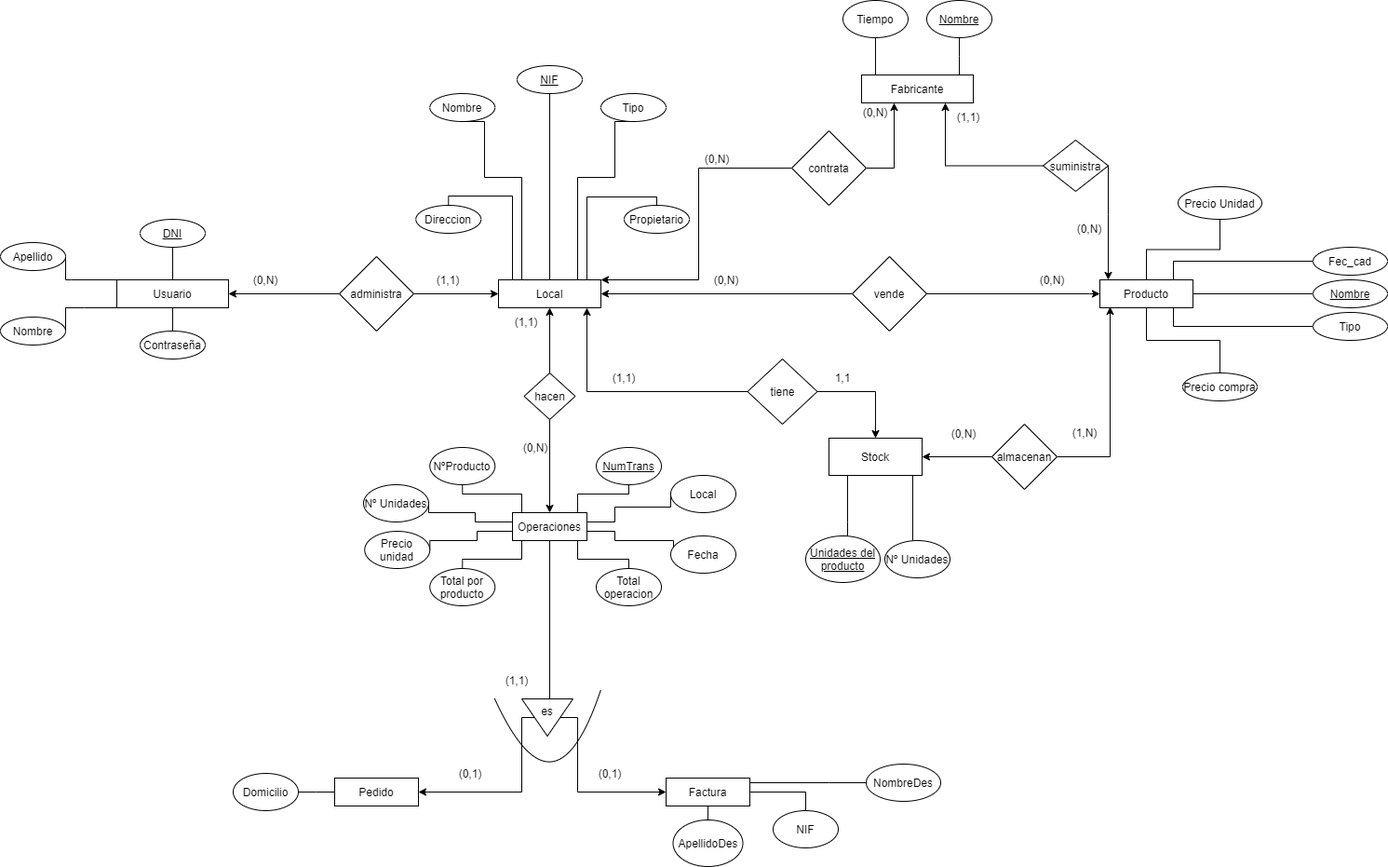
Earlier version of the draw.io export Entidad-Relacion 0.1.png (oier-elorrieta/R3-JOEL-MIKEL-UNAI-DDBB). Source tidied: cells renumbered, new cells last; positions are measured from the earlier drawing's top-left corner, leaving out a move shared by most shapes.
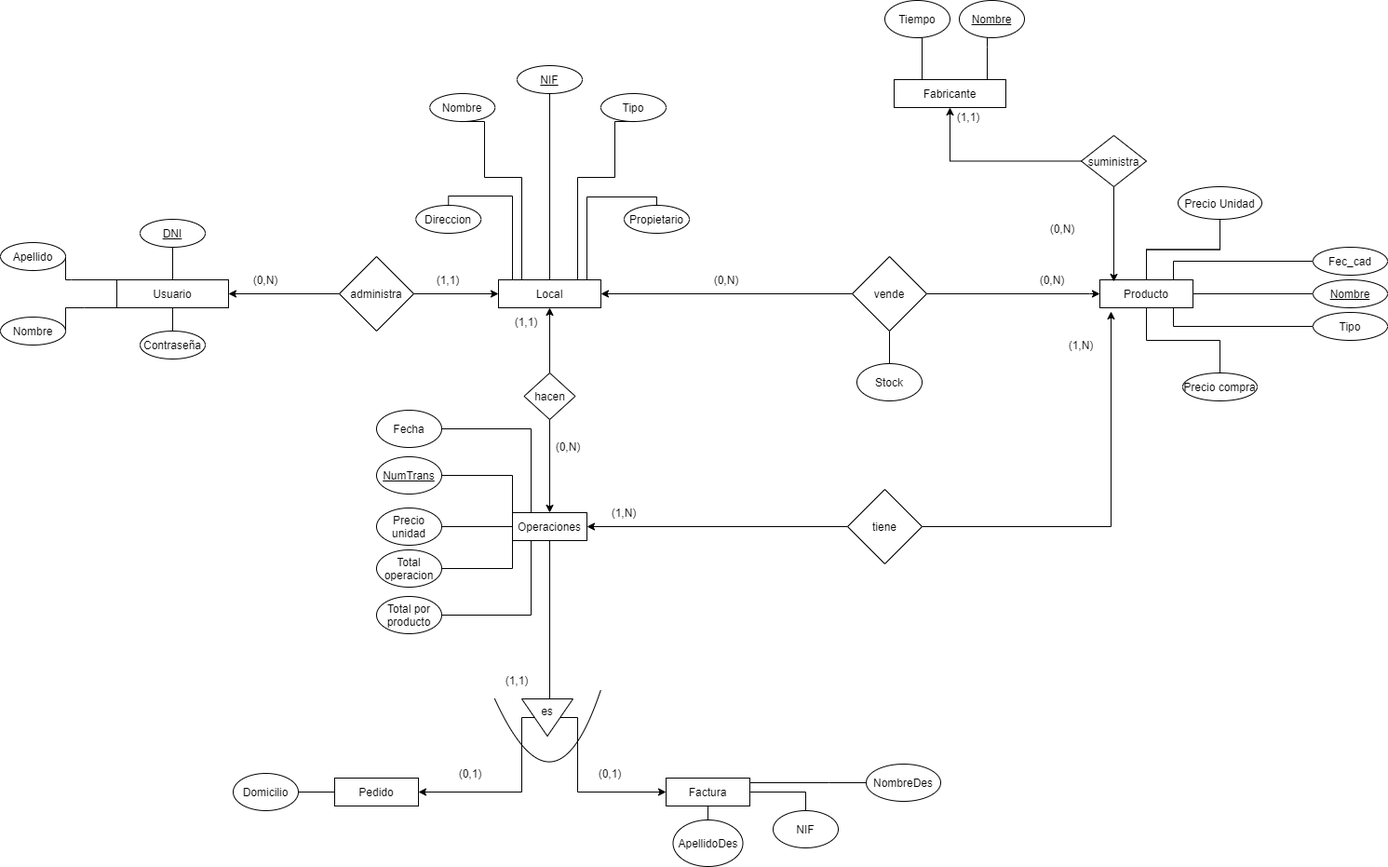
Above is the later version.

Change to the diagram source:
```diff
@@ -74,9 +74,2 @@
     </mxCell>
-    <mxCell id="18" style="edgeStyle=orthogonalEdgeStyle;rounded=0;jettySize=auto;html=1;startArrow=classic;startFill=1;endArrow=none;endFill=0;" parent="1" edge="1" source="19" target="99">
-      <mxGeometry relative="1" as="geometry">
-        <Array as="points">
-          <mxPoint x="630" y="420" />
-        </Array>
-      </mxGeometry>
-    </mxCell>
     <mxCell id="19" value="Local" style="rounded=0;whiteSpace=wrap;html=1;" parent="1" vertex="1">
@@ -144,10 +137,2 @@
     </mxCell>
-    <mxCell id="33" style="edgeStyle=orthogonalEdgeStyle;rounded=0;jettySize=auto;html=1;startArrow=classic;startFill=1;endArrow=none;endFill=0;" parent="1" edge="1" source="34" target="97">
-      <mxGeometry relative="1" as="geometry">
-        <Array as="points">
-          <mxPoint x="1190" y="230" />
-          <mxPoint x="1190" y="230" />
-        </Array>
-      </mxGeometry>
-    </mxCell>
     <mxCell id="34" value="Producto" style="rounded=0;whiteSpace=wrap;html=1;glass=0;shadow=0;sketch=0;" parent="1" vertex="1">
@@ -166,2 +151,5 @@
     </mxCell>
+    <mxCell id="115" style="edgeStyle=orthogonalEdgeStyle;rounded=0;jettySize=auto;html=1;exitX=0.5;exitY=1;exitDx=0;exitDy=0;endArrow=none;endFill=0;" parent="1" edge="1" source="37" target="102">
+      <mxGeometry relative="1" as="geometry" />
+    </mxCell>
     <mxCell id="37" value="vende" style="rhombus;whiteSpace=wrap;html=1;rounded=0;shadow=0;glass=0;sketch=0;" parent="1" vertex="1">
@@ -187,2 +175,5 @@
     </mxCell>
+    <mxCell id="116" style="edgeStyle=orthogonalEdgeStyle;rounded=0;jettySize=auto;html=1;endArrow=none;endFill=0;" parent="1" edge="1" source="44" target="34">
+      <mxGeometry relative="1" as="geometry" />
+    </mxCell>
     <mxCell id="44" value="Precio Unidad" style="ellipse;whiteSpace=wrap;html=1;rounded=0;shadow=0;glass=0;sketch=0;" parent="1" vertex="1">
@@ -191,6 +182,6 @@
     <mxCell id="45" value="Tiempo" style="ellipse;whiteSpace=wrap;html=1;" parent="1" vertex="1">
-      <mxGeometry x="905" width="70" height="40" as="geometry" />
+      <mxGeometry x="950" width="70" height="40" as="geometry" />
     </mxCell>
     <mxCell id="46" value="&lt;u&gt;Nombre&lt;/u&gt;" style="ellipse;whiteSpace=wrap;html=1;" parent="1" vertex="1">
-      <mxGeometry x="995" width="70" height="40" as="geometry" />
+      <mxGeometry x="1030" width="70" height="40" as="geometry" />
     </mxCell>
@@ -204,3 +195,3 @@
         <Array as="points">
-          <mxPoint x="940" y="40" />
+          <mxPoint x="990" y="40" />
         </Array>
@@ -211,4 +202,4 @@
         <Array as="points">
-          <mxPoint x="1030" y="60" />
-          <mxPoint x="1030" y="60" />
+          <mxPoint x="1060" y="50" />
+          <mxPoint x="1060" y="50" />
         </Array>
@@ -217,25 +208,4 @@
     <mxCell id="50" value="Fabricante" style="rounded=0;whiteSpace=wrap;html=1;" parent="1" vertex="1">
-      <mxGeometry x="925" y="80" width="120" height="30" as="geometry" />
+      <mxGeometry x="960" y="85" width="120" height="30" as="geometry" />
     </mxCell>
-    <mxCell id="51" style="edgeStyle=orthogonalEdgeStyle;rounded=0;jettySize=auto;html=1;entryX=1;entryY=0;entryDx=0;entryDy=0;startArrow=none;startFill=0;endArrow=classic;endFill=1;" parent="1" edge="1" source="53" target="19">
-      <mxGeometry relative="1" as="geometry">
-        <Array as="points">
-          <mxPoint x="750" y="180" />
-          <mxPoint x="750" y="300" />
-        </Array>
-      </mxGeometry>
-    </mxCell>
-    <mxCell id="52" style="edgeStyle=orthogonalEdgeStyle;rounded=0;jettySize=auto;html=1;startArrow=none;startFill=0;endArrow=classic;endFill=1;" parent="1" edge="1" source="53" target="50">
-      <mxGeometry relative="1" as="geometry">
-        <Array as="points">
-          <mxPoint x="960" y="180" />
-        </Array>
-      </mxGeometry>
-    </mxCell>
-    <mxCell id="53" value="contrata" style="rhombus;whiteSpace=wrap;html=1;rounded=0;shadow=0;glass=0;sketch=0;" parent="1" vertex="1">
-      <mxGeometry x="850" y="140" width="80" height="80" as="geometry" />
-    </mxCell>
-    <mxCell id="54" value="(0,N)" style="text;html=1;strokeColor=none;fillColor=none;align=center;verticalAlign=middle;whiteSpace=wrap;rounded=0;shadow=0;glass=0;sketch=0;" parent="1" vertex="1">
-      <mxGeometry x="920" y="110" width="40" height="20" as="geometry" />
-    </mxCell>
     <mxCell id="55" value="(1,1)" style="text;html=1;strokeColor=none;fillColor=none;align=center;verticalAlign=middle;whiteSpace=wrap;rounded=0;shadow=0;glass=0;sketch=0;" parent="1" vertex="1">
@@ -243,5 +213,2 @@
     </mxCell>
-    <mxCell id="56" value="(0,N)" style="text;html=1;strokeColor=none;fillColor=none;align=center;verticalAlign=middle;whiteSpace=wrap;rounded=0;shadow=0;glass=0;sketch=0;" parent="1" vertex="1">
-      <mxGeometry x="750" y="160" width="40" height="20" as="geometry" />
-    </mxCell>
     <mxCell id="57" value="Tipo" style="ellipse;whiteSpace=wrap;html=1;" parent="1" vertex="1">
@@ -249,62 +216,2 @@
     </mxCell>
-    <mxCell id="58" style="edgeStyle=orthogonalEdgeStyle;rounded=0;jettySize=auto;html=1;startArrow=none;startFill=0;endArrow=none;endFill=0;" parent="1" edge="1" source="65" target="70">
-      <mxGeometry relative="1" as="geometry">
-        <Array as="points">
-          <mxPoint x="620" y="600" />
-          <mxPoint x="675" y="600" />
-        </Array>
-      </mxGeometry>
-    </mxCell>
-    <mxCell id="59" style="edgeStyle=orthogonalEdgeStyle;rounded=0;jettySize=auto;html=1;entryX=0;entryY=0.5;entryDx=0;entryDy=0;startArrow=none;startFill=0;endArrow=none;endFill=0;" parent="1" edge="1" source="65" target="94">
-      <mxGeometry relative="1" as="geometry">
-        <Array as="points">
-          <mxPoint x="660" y="570" />
-          <mxPoint x="660" y="580" />
-          <mxPoint x="723" y="580" />
-        </Array>
-      </mxGeometry>
-    </mxCell>
-    <mxCell id="60" style="edgeStyle=orthogonalEdgeStyle;rounded=0;jettySize=auto;html=1;entryX=0;entryY=0.5;entryDx=0;entryDy=0;startArrow=none;startFill=0;endArrow=none;endFill=0;" parent="1" edge="1" source="65" target="93">
-      <mxGeometry relative="1" as="geometry">
-        <Array as="points">
-          <mxPoint x="660" y="560" />
-          <mxPoint x="660" y="544" />
-          <mxPoint x="720" y="544" />
-        </Array>
-      </mxGeometry>
-    </mxCell>
-    <mxCell id="61" style="edgeStyle=orthogonalEdgeStyle;rounded=0;jettySize=auto;html=1;startArrow=none;startFill=0;endArrow=none;endFill=0;" parent="1" edge="1" source="65" target="92">
-      <mxGeometry relative="1" as="geometry">
-        <Array as="points">
-          <mxPoint x="620" y="530" />
-          <mxPoint x="675" y="530" />
-        </Array>
-      </mxGeometry>
-    </mxCell>
-    <mxCell id="62" style="edgeStyle=orthogonalEdgeStyle;rounded=0;jettySize=auto;html=1;entryX=1;entryY=0.5;entryDx=0;entryDy=0;startArrow=none;startFill=0;endArrow=none;endFill=0;" parent="1" edge="1" source="65" target="69">
-      <mxGeometry relative="1" as="geometry">
-        <Array as="points">
-          <mxPoint x="510" y="560" />
-          <mxPoint x="510" y="550" />
-          <mxPoint x="460" y="550" />
-        </Array>
-      </mxGeometry>
-    </mxCell>
-    <mxCell id="63" style="edgeStyle=orthogonalEdgeStyle;rounded=0;jettySize=auto;html=1;entryX=1;entryY=0.5;entryDx=0;entryDy=0;startArrow=none;startFill=0;endArrow=none;endFill=0;" parent="1" edge="1" source="65" target="72">
-      <mxGeometry relative="1" as="geometry">
-        <Array as="points">
-          <mxPoint x="512" y="570" />
-          <mxPoint x="512" y="580" />
-          <mxPoint x="461" y="580" />
-        </Array>
-      </mxGeometry>
-    </mxCell>
-    <mxCell id="64" style="edgeStyle=orthogonalEdgeStyle;rounded=0;jettySize=auto;html=1;startArrow=none;startFill=0;endArrow=none;endFill=0;exitX=0.25;exitY=1;exitDx=0;exitDy=0;" parent="1" edge="1" source="65" target="71">
-      <mxGeometry relative="1" as="geometry">
-        <Array as="points">
-          <mxPoint x="560" y="580" />
-          <mxPoint x="560" y="600" />
-        </Array>
-      </mxGeometry>
-    </mxCell>
     <mxCell id="65" value="Operaciones" style="rounded=0;whiteSpace=wrap;html=1;" parent="1" vertex="1">
@@ -321,13 +228,19 @@
     </mxCell>
-    <mxCell id="69" value="Nº Unidades" style="ellipse;whiteSpace=wrap;html=1;" parent="1" vertex="1">
-      <mxGeometry x="390" y="520" width="70" height="40" as="geometry" />
-    </mxCell>
+    <mxCell id="117" style="edgeStyle=orthogonalEdgeStyle;rounded=0;jettySize=auto;html=1;exitX=1;exitY=0.5;exitDx=0;exitDy=0;entryX=0;entryY=1;entryDx=0;entryDy=0;startArrow=none;startFill=0;endArrow=none;endFill=0;" parent="1" edge="1" source="70" target="65">
+      <mxGeometry relative="1" as="geometry" />
+    </mxCell>
     <mxCell id="70" value="Total operacion" style="ellipse;whiteSpace=wrap;html=1;" parent="1" vertex="1">
-      <mxGeometry x="640" y="610" width="70" height="40" as="geometry" />
+      <mxGeometry x="404" y="590" width="70" height="40" as="geometry" />
     </mxCell>
+    <mxCell id="118" style="edgeStyle=orthogonalEdgeStyle;rounded=0;jettySize=auto;html=1;exitX=1;exitY=0.5;exitDx=0;exitDy=0;startArrow=none;startFill=0;endArrow=none;endFill=0;entryX=0.25;entryY=1;entryDx=0;entryDy=0;" parent="1" edge="1" source="71" target="65">
+      <mxGeometry relative="1" as="geometry" />
+    </mxCell>
     <mxCell id="71" value="Total por producto" style="ellipse;whiteSpace=wrap;html=1;" parent="1" vertex="1">
-      <mxGeometry x="461.2" y="610" width="70" height="40" as="geometry" />
+      <mxGeometry x="404" y="640" width="70" height="40" as="geometry" />
     </mxCell>
+    <mxCell id="119" style="edgeStyle=orthogonalEdgeStyle;rounded=0;jettySize=auto;html=1;exitX=1;exitY=0.5;exitDx=0;exitDy=0;entryX=0;entryY=0.5;entryDx=0;entryDy=0;startArrow=none;startFill=0;endArrow=none;endFill=0;" parent="1" edge="1" source="72" target="65">
+      <mxGeometry relative="1" as="geometry" />
+    </mxCell>
     <mxCell id="72" value="Precio unidad" style="ellipse;whiteSpace=wrap;html=1;" parent="1" vertex="1">
-      <mxGeometry x="391.2" y="570" width="70" height="40" as="geometry" />
+      <mxGeometry x="404" y="545" width="70" height="40" as="geometry" />
     </mxCell>
@@ -399,3 +312,3 @@
     <mxCell id="88" value="(0,N)" style="text;html=1;strokeColor=none;fillColor=none;align=center;verticalAlign=middle;whiteSpace=wrap;rounded=0;" parent="1" vertex="1">
-      <mxGeometry x="555" y="470" width="40" height="20" as="geometry" />
+      <mxGeometry x="590" y="469" width="40" height="20" as="geometry" />
     </mxCell>
@@ -410,10 +323,13 @@
     </mxCell>
+    <mxCell id="120" style="edgeStyle=orthogonalEdgeStyle;rounded=0;jettySize=auto;html=1;exitX=0;exitY=0.5;exitDx=0;exitDy=0;entryX=0;entryY=0;entryDx=0;entryDy=0;startArrow=none;startFill=0;endArrow=none;endFill=0;" parent="1" edge="1" source="92" target="65">
+      <mxGeometry relative="1" as="geometry" />
+    </mxCell>
     <mxCell id="92" value="&lt;u&gt;NumTrans&lt;/u&gt;" style="ellipse;whiteSpace=wrap;html=1;direction=west;" parent="1" vertex="1">
-      <mxGeometry x="640" y="480" width="70" height="40" as="geometry" />
+      <mxGeometry x="404" y="490" width="70" height="40" as="geometry" />
     </mxCell>
-    <mxCell id="93" value="Local" style="ellipse;whiteSpace=wrap;html=1;" parent="1" vertex="1">
-      <mxGeometry x="720" y="510" width="70" height="40" as="geometry" />
-    </mxCell>
+    <mxCell id="121" style="edgeStyle=orthogonalEdgeStyle;rounded=0;jettySize=auto;html=1;exitX=1;exitY=0.5;exitDx=0;exitDy=0;entryX=0.25;entryY=0;entryDx=0;entryDy=0;startArrow=none;startFill=0;endArrow=none;endFill=0;" parent="1" edge="1" source="94" target="65">
+      <mxGeometry relative="1" as="geometry" />
+    </mxCell>
     <mxCell id="94" value="Fecha" style="ellipse;whiteSpace=wrap;html=1;" parent="1" vertex="1">
-      <mxGeometry x="720" y="575" width="70" height="40" as="geometry" />
+      <mxGeometry x="404" y="440" width="70" height="40" as="geometry" />
     </mxCell>
@@ -426,78 +342,32 @@
     </mxCell>
-    <mxCell id="96" style="edgeStyle=orthogonalEdgeStyle;rounded=0;jettySize=auto;html=1;entryX=0.75;entryY=1;entryDx=0;entryDy=0;startArrow=none;startFill=0;endArrow=classic;endFill=1;" parent="1" edge="1" source="97" target="50">
-      <mxGeometry relative="1" as="geometry">
-        <Array as="points">
-          <mxPoint x="1015" y="178" />
-        </Array>
-      </mxGeometry>
+    <mxCell id="96" style="edgeStyle=orthogonalEdgeStyle;rounded=0;jettySize=auto;html=1;exitX=0;exitY=0.5;exitDx=0;exitDy=0;entryX=0.5;entryY=1;entryDx=0;entryDy=0;endArrow=classic;endFill=1;startArrow=none;startFill=0;" parent="1" edge="1" source="97" target="50">
+      <mxGeometry relative="1" as="geometry" />
     </mxCell>
+    <mxCell id="122" style="edgeStyle=orthogonalEdgeStyle;rounded=0;jettySize=auto;html=1;exitX=0.5;exitY=1;exitDx=0;exitDy=0;entryX=0.15;entryY=0.067;entryDx=0;entryDy=0;entryPerimeter=0;startArrow=none;startFill=0;endArrow=classic;endFill=1;" parent="1" edge="1" source="97" target="34">
+      <mxGeometry relative="1" as="geometry" />
+    </mxCell>
     <mxCell id="97" value="suministra" style="rhombus;whiteSpace=wrap;html=1;" parent="1" vertex="1">
-      <mxGeometry x="1120" y="150" width="70" height="55" as="geometry" />
+      <mxGeometry x="1161" y="145" width="70" height="55" as="geometry" />
     </mxCell>
-    <mxCell id="98" style="edgeStyle=orthogonalEdgeStyle;rounded=0;jettySize=auto;html=1;startArrow=none;startFill=0;endArrow=classic;endFill=1;" parent="1" edge="1" source="99" target="100">
-      <mxGeometry relative="1" as="geometry" />
-    </mxCell>
+    <mxCell id="102" value="Stock" style="ellipse;whiteSpace=wrap;html=1;" parent="1" vertex="1">
+      <mxGeometry x="920" y="390" width="70" height="40" as="geometry" />
+    </mxCell>
+    <mxCell id="112" value="(0,N)" style="text;html=1;strokeColor=none;fillColor=none;align=center;verticalAlign=middle;whiteSpace=wrap;rounded=0;shadow=0;glass=0;sketch=0;" parent="1" vertex="1">
+      <mxGeometry x="1121" y="235" width="40" height="20" as="geometry" />
+    </mxCell>
+    <mxCell id="123" style="edgeStyle=orthogonalEdgeStyle;rounded=0;jettySize=auto;html=1;exitX=0;exitY=0.5;exitDx=0;exitDy=0;entryX=1;entryY=0.5;entryDx=0;entryDy=0;startArrow=none;startFill=0;endArrow=classic;endFill=1;" parent="1" edge="1" source="99" target="65">
+      <mxGeometry relative="1" as="geometry" />
+    </mxCell>
+    <mxCell id="124" style="edgeStyle=orthogonalEdgeStyle;rounded=0;jettySize=auto;html=1;exitX=1;exitY=0.5;exitDx=0;exitDy=0;entryX=0.12;entryY=1.133;entryDx=0;entryDy=0;entryPerimeter=0;startArrow=none;startFill=0;endArrow=classic;endFill=1;" parent="1" edge="1" source="99" target="34">
+      <mxGeometry relative="1" as="geometry" />
+    </mxCell>
-    <mxCell id="99" value="tiene" style="rhombus;whiteSpace=wrap;html=1;" parent="1" vertex="1">
-      <mxGeometry x="802.5" y="385" width="75" height="70" as="geometry" />
+    <mxCell id="99" value="tiene" style="rhombus;whiteSpace=wrap;html=1;rounded=0;shadow=0;glass=0;sketch=0;" parent="1" vertex="1">
+      <mxGeometry x="910" y="525" width="80" height="80" as="geometry" />
     </mxCell>
-    <mxCell id="100" value="Stock" style="rounded=0;whiteSpace=wrap;html=1;" parent="1" vertex="1">
-      <mxGeometry x="890" y="470" width="100" height="40" as="geometry" />
-    </mxCell>
-    <mxCell id="101" style="edgeStyle=orthogonalEdgeStyle;rounded=0;jettySize=auto;html=1;startArrow=none;startFill=0;endArrow=none;endFill=0;" parent="1" edge="1" source="102" target="100">
-      <mxGeometry relative="1" as="geometry">
-        <Array as="points">
-          <mxPoint x="910" y="560" />
-          <mxPoint x="910" y="560" />
-        </Array>
-      </mxGeometry>
-    </mxCell>
-    <mxCell id="102" value="&lt;u&gt;Unidades del producto&lt;/u&gt;" style="ellipse;whiteSpace=wrap;html=1;" parent="1" vertex="1">
-      <mxGeometry x="865" y="575" width="80" height="50" as="geometry" />
-    </mxCell>
-    <mxCell id="103" style="edgeStyle=orthogonalEdgeStyle;rounded=0;jettySize=auto;html=1;entryX=1;entryY=1;entryDx=0;entryDy=0;startArrow=none;startFill=0;endArrow=none;endFill=0;" parent="1" edge="1" source="104" target="100">
-      <mxGeometry relative="1" as="geometry">
-        <Array as="points">
-          <mxPoint x="980" y="510" />
-        </Array>
-      </mxGeometry>
-    </mxCell>
-    <mxCell id="104" value="Nº Unidades" style="ellipse;whiteSpace=wrap;html=1;" parent="1" vertex="1">
-      <mxGeometry x="950" y="580" width="70" height="40" as="geometry" />
-    </mxCell>
-    <mxCell id="105" style="edgeStyle=orthogonalEdgeStyle;rounded=0;jettySize=auto;html=1;startArrow=none;startFill=0;endArrow=classic;endFill=1;" parent="1" edge="1" source="107" target="100">
-      <mxGeometry relative="1" as="geometry" />
-    </mxCell>
-    <mxCell id="106" style="edgeStyle=orthogonalEdgeStyle;rounded=0;jettySize=auto;html=1;exitX=1;exitY=0.5;exitDx=0;exitDy=0;entryX=0.11;entryY=0.967;entryDx=0;entryDy=0;entryPerimeter=0;startArrow=none;startFill=0;endArrow=classic;endFill=1;" parent="1" edge="1" source="107" target="34">
-      <mxGeometry relative="1" as="geometry" />
-    </mxCell>
-    <mxCell id="107" value="almacenan" style="rhombus;whiteSpace=wrap;html=1;" parent="1" vertex="1">
-      <mxGeometry x="1065" y="455" width="70" height="70" as="geometry" />
-    </mxCell>
-    <mxCell id="108" value="(0,N)" style="text;html=1;strokeColor=none;fillColor=none;align=center;verticalAlign=middle;whiteSpace=wrap;rounded=0;" parent="1" vertex="1">
-      <mxGeometry x="1020" y="460" width="30" height="10" as="geometry" />
-    </mxCell>
-    <mxCell id="109" value="(1,N)" style="text;html=1;strokeColor=none;fillColor=none;align=center;verticalAlign=middle;whiteSpace=wrap;rounded=0;" parent="1" vertex="1">
-      <mxGeometry x="1150" y="459" width="30" height="10" as="geometry" />
-    </mxCell>
-    <mxCell id="110" value="1,1" style="text;html=1;strokeColor=none;fillColor=none;align=center;verticalAlign=middle;whiteSpace=wrap;rounded=0;" parent="1" vertex="1">
-      <mxGeometry x="885" y="395" width="40" height="20" as="geometry" />
-    </mxCell>
-    <mxCell id="111" value="(1,1)" style="text;html=1;strokeColor=none;fillColor=none;align=center;verticalAlign=middle;whiteSpace=wrap;rounded=0;" parent="1" vertex="1">
-      <mxGeometry x="650" y="395" width="40" height="20" as="geometry" />
-    </mxCell>
-    <mxCell id="112" value="(0,N)" style="text;html=1;strokeColor=none;fillColor=none;align=center;verticalAlign=middle;whiteSpace=wrap;rounded=0;shadow=0;glass=0;sketch=0;" parent="1" vertex="1">
-      <mxGeometry x="1150" y="235" width="40" height="20" as="geometry" />
-    </mxCell>
-    <mxCell id="113" style="edgeStyle=orthogonalEdgeStyle;rounded=0;jettySize=auto;html=1;exitX=0.5;exitY=1;exitDx=0;exitDy=0;entryX=0.25;entryY=0;entryDx=0;entryDy=0;endArrow=none;endFill=0;" parent="1" edge="1" source="114" target="65">
-      <mxGeometry relative="1" as="geometry">
-        <Array as="points">
-          <mxPoint x="496" y="530" />
-          <mxPoint x="560" y="530" />
-          <mxPoint x="560" y="550" />
-        </Array>
-      </mxGeometry>
-    </mxCell>
-    <mxCell id="114" value="NºProducto" style="ellipse;whiteSpace=wrap;html=1;" parent="1" vertex="1">
-      <mxGeometry x="461.2" y="480" width="70" height="40" as="geometry" />
-    </mxCell>
+    <mxCell id="125" value="(1,N)" style="text;html=1;strokeColor=none;fillColor=none;align=center;verticalAlign=middle;whiteSpace=wrap;rounded=0;" parent="1" vertex="1">
+      <mxGeometry x="1141" y="360" width="40" height="20" as="geometry" />
+    </mxCell>
+    <mxCell id="126" value="(1,N)" style="text;html=1;strokeColor=none;fillColor=none;align=center;verticalAlign=middle;whiteSpace=wrap;rounded=0;" parent="1" vertex="1">
+      <mxGeometry x="650" y="540" width="40" height="20" as="geometry" />
+    </mxCell>
   </root>
```
